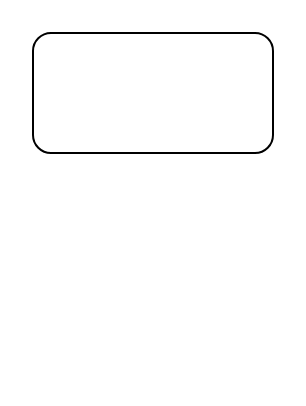
This is S0000077.drawio from nisaijie/saijieni, a draw.io file, before an edit. Source tidied: cells renumbered, new cells numbered last; positions are measured from the earlier drawing's top-left corner, leaving out a move shared by most shapes. Both pictures are drawn from the tidied source at 200%, with x=0, y=0 at pixel (32, 32).
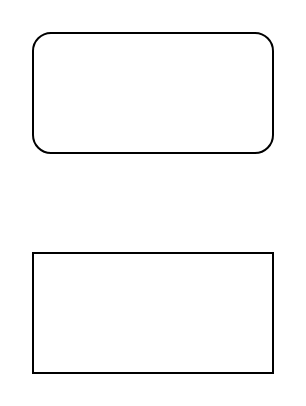
The same diagram, later.

Commit message (it also covers changes not shown here):
S0000077.drawio を更新します

Change to the diagram source:
```diff
@@
 <mxGraphModel>
   <root>
     <mxCell id="0" />
     <mxCell id="1" parent="0" />
     <mxCell id="2" style="rounded=1;whiteSpace=wrap;html=1;" parent="1" vertex="1">
       <mxGeometry width="120" height="60" as="geometry" />
     </mxCell>
+    <mxCell id="3" style="rounded=0;whiteSpace=wrap;html=1;" parent="1" vertex="1">
+      <mxGeometry y="110" width="120" height="60" as="geometry" />
+    </mxCell>
   </root>
 </mxGraphModel>
```
